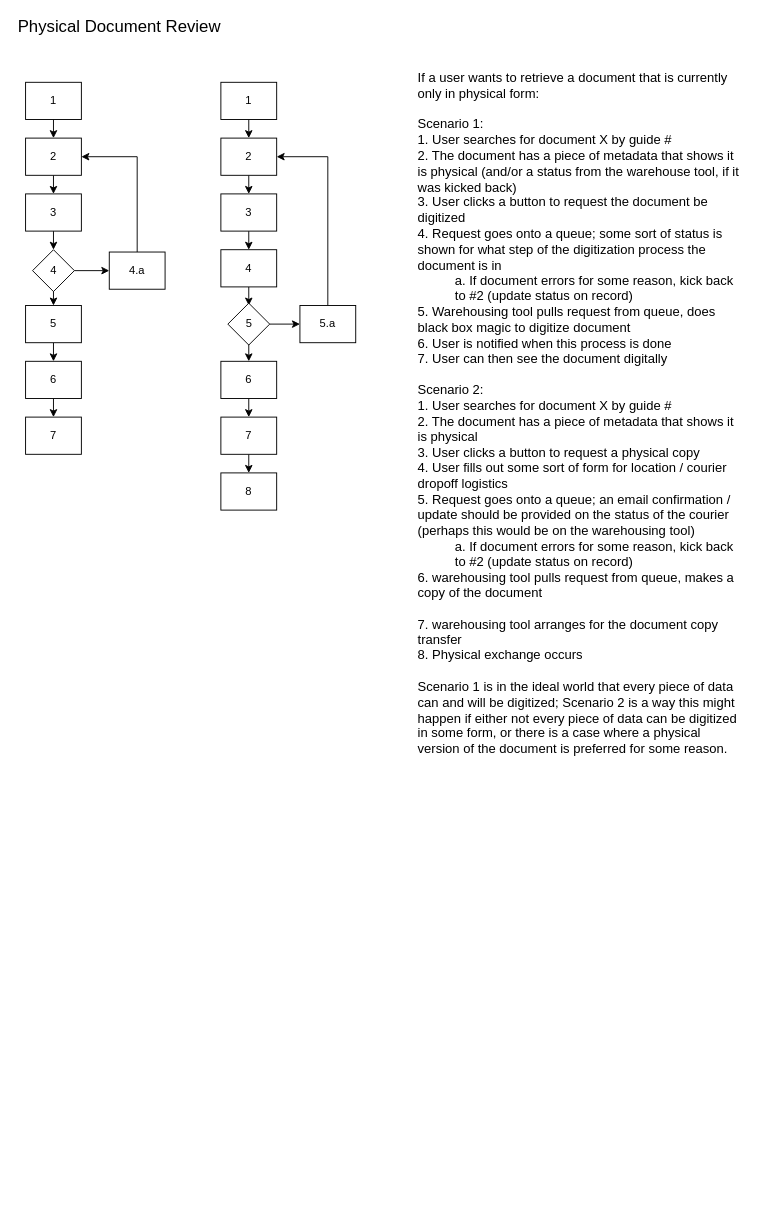
Before: page "Phys. Document Retrieval" (4 of 5) of Drawings/Workflows.drawio in flare891/rmslow, a draw.io diagram. Source tidied: cells renumbered, new cells numbered last; positions are measured from the earlier drawing's top-left corner, leaving out a move shared by most shapes. Both pictures are drawn from the tidied source at 93%, with x=0, y=0 at pixel (16, 17).
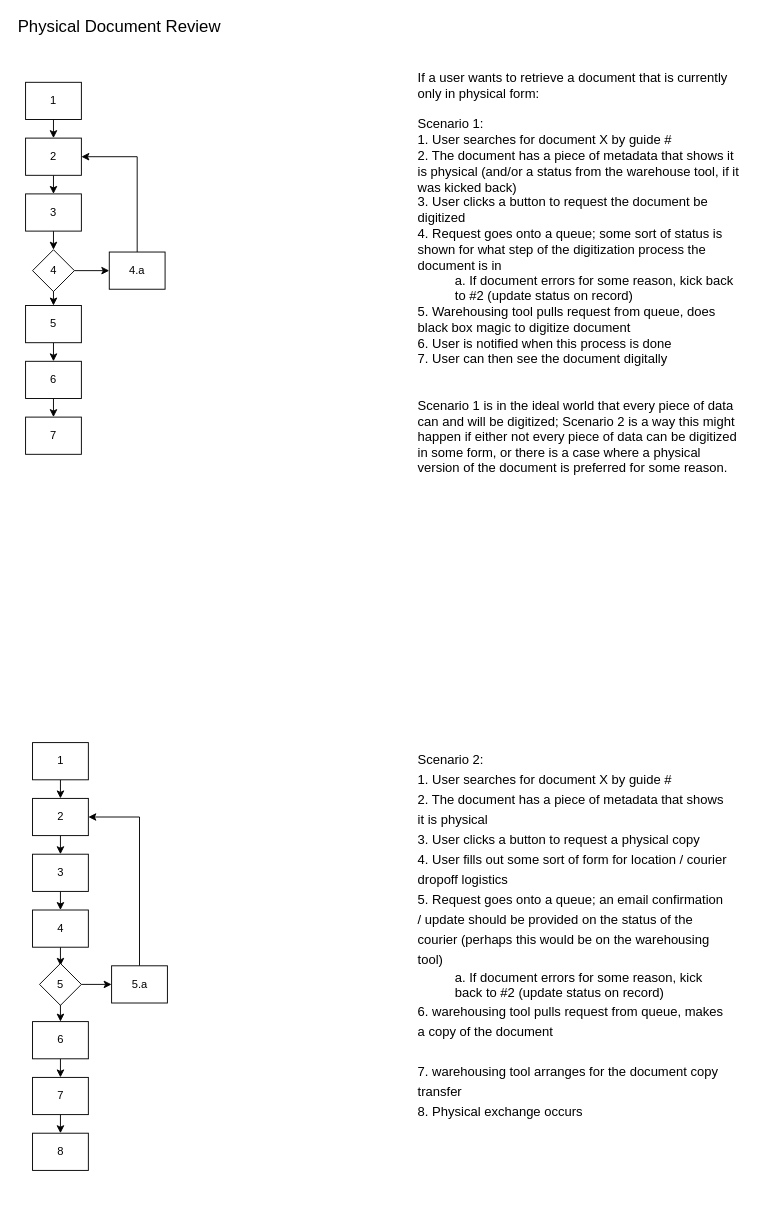
The same diagram, later.

Diff of the diagram source:
```diff
@@
-    <mxCell id="2" value="&lt;font style=&quot;font-size: 14px&quot;&gt;If a user wants to retrieve a document that is currently only in physical form:&lt;br&gt;&lt;br&gt;Scenario 1:&lt;br&gt;1. User searches for document X by guide #&lt;br&gt;2. The document has a piece of metadata that shows it is physical (and/or a status from the warehouse tool, if it was kicked back)&lt;br&gt;3. User clicks a button to request the document be digitized&lt;br&gt;4. Request goes onto a queue; some sort of status is shown for what step of the digitization process the document is in&lt;br&gt;&lt;blockquote style=&quot;margin: 0 0 0 40px ; border: none ; padding: 0px&quot;&gt;&lt;font style=&quot;font-size: 14px&quot;&gt;a. If document errors for some reason, kick back to #2 (update status on record)&lt;/font&gt;&lt;/blockquote&gt;5. Warehousing tool pulls request from queue, does black box magic to digitize document&lt;br&gt;6. User is notified when this process is done&lt;br&gt;7. User can then see the document digitally&lt;br&gt;&lt;br&gt;Scenario 2:&lt;br&gt;1. User searches for document X by guide #&lt;br&gt;2. The document has a piece of metadata that shows it is physical&lt;br&gt;3. User clicks a button to request a physical copy&lt;br&gt;4. User fills out some sort of form for location / courier dropoff logistics&lt;br&gt;5. Request goes onto a queue; an email confirmation / update should be provided on the status of the courier (perhaps this would be on the warehousing tool)&lt;br&gt;&lt;blockquote style=&quot;margin: 0px 0px 0px 40px ; border: none ; padding: 0px&quot;&gt;a. If document errors for some reason, kick back to #2 (update status on record)&lt;/blockquote&gt;6. warehousing tool pulls request from queue, makes a copy of the document&lt;br&gt;&lt;br&gt;7. warehousing tool arranges for the document copy transfer&lt;br&gt;8. Physical exchange occurs&lt;br&gt;&lt;br&gt;Scenario 1 is in the ideal world that every piece of data can and will be digitized; Scenario 2 is a way this might happen if either not every piece of data can be digitized in some form, or there is a case where a physical version of the document is preferred for some reason.&lt;/font&gt;" style="text;whiteSpace=wrap;html=1;fontSize=12;" parent="1" vertex="1">
+    <mxCell id="2" value="&lt;font style=&quot;font-size: 14px&quot;&gt;If a user wants to retrieve a document that is currently only in physical form:&lt;br&gt;&lt;br&gt;Scenario 1:&lt;br&gt;1. User searches for document X by guide #&lt;br&gt;2. The document has a piece of metadata that shows it is physical (and/or a status from the warehouse tool, if it was kicked back)&lt;br&gt;3. User clicks a button to request the document be digitized&lt;br&gt;4. Request goes onto a queue; some sort of status is shown for what step of the digitization process the document is in&lt;br&gt;&lt;blockquote style=&quot;margin: 0 0 0 40px ; border: none ; padding: 0px&quot;&gt;&lt;font style=&quot;font-size: 14px&quot;&gt;a. If document errors for some reason, kick back to #2 (update status on record)&lt;/font&gt;&lt;/blockquote&gt;5. Warehousing tool pulls request from queue, does black box magic to digitize document&lt;br&gt;6. User is notified when this process is done&lt;br&gt;7. User can then see the document digitally&lt;br&gt;&lt;br&gt;&lt;br&gt;Scenario 1 is in the ideal world that every piece of data can and will be digitized; Scenario 2 is a way this might happen if either not every piece of data can be digitized in some form, or there is a case where a physical version of the document is preferred for some reason.&lt;/font&gt;" style="text;whiteSpace=wrap;html=1;fontSize=12;" parent="1" vertex="1">
       <mxGeometry x="430" y="50" width="350" height="740" as="geometry" />
     </mxCell>
@@
     <mxCell id="16" value="1" style="rounded=0;whiteSpace=wrap;html=1;fontSize=12;align=center;" parent="1" vertex="1">
-      <mxGeometry x="220" y="70" width="60" height="40" as="geometry" />
+      <mxGeometry x="17.5" y="780" width="60" height="40" as="geometry" />
     </mxCell>
@@
     <mxCell id="18" value="2" style="rounded=0;whiteSpace=wrap;html=1;fontSize=12;align=center;" parent="1" vertex="1">
-      <mxGeometry x="220" y="130" width="60" height="40" as="geometry" />
+      <mxGeometry x="17.5" y="840" width="60" height="40" as="geometry" />
     </mxCell>
@@
     <mxCell id="20" value="3" style="rounded=0;whiteSpace=wrap;html=1;fontSize=12;align=center;" parent="1" vertex="1">
-      <mxGeometry x="220" y="190" width="60" height="40" as="geometry" />
+      <mxGeometry x="17.5" y="900" width="60" height="40" as="geometry" />
     </mxCell>
     <mxCell id="21" style="edgeStyle=orthogonalEdgeStyle;rounded=0;jettySize=auto;html=1;exitX=0.5;exitY=1;exitDx=0;exitDy=0;entryX=0.5;entryY=0;entryDx=0;entryDy=0;fontSize=12;align=center;" parent="1" edge="1" source="22">
       <mxGeometry relative="1" as="geometry">
-        <mxPoint x="250" y="310" as="targetPoint" />
+        <mxPoint x="47.5" y="1020" as="targetPoint" />
       </mxGeometry>
     </mxCell>
     <mxCell id="22" value="4" style="rounded=0;whiteSpace=wrap;html=1;fontSize=12;align=center;" parent="1" vertex="1">
-      <mxGeometry x="220" y="250" width="60" height="40" as="geometry" />
+      <mxGeometry x="17.5" y="960" width="60" height="40" as="geometry" />
     </mxCell>
     <mxCell id="23" style="edgeStyle=orthogonalEdgeStyle;rounded=0;jettySize=auto;html=1;exitX=0.5;exitY=1;exitDx=0;exitDy=0;entryX=0.5;entryY=0;entryDx=0;entryDy=0;fontSize=12;align=center;" parent="1" edge="1" target="25">
       <mxGeometry relative="1" as="geometry">
-        <mxPoint x="250" y="350" as="sourcePoint" />
+        <mxPoint x="47.5" y="1060" as="sourcePoint" />
       </mxGeometry>
     </mxCell>
@@
     <mxCell id="25" value="6" style="rounded=0;whiteSpace=wrap;html=1;fontSize=12;align=center;" parent="1" vertex="1">
-      <mxGeometry x="220" y="370" width="60" height="40" as="geometry" />
+      <mxGeometry x="17.5" y="1080" width="60" height="40" as="geometry" />
     </mxCell>
@@
     <mxCell id="27" value="7" style="rounded=0;whiteSpace=wrap;html=1;fontSize=12;align=center;" parent="1" vertex="1">
-      <mxGeometry x="220" y="430" width="60" height="40" as="geometry" />
+      <mxGeometry x="17.5" y="1140" width="60" height="40" as="geometry" />
     </mxCell>
     <mxCell id="28" value="8" style="rounded=0;whiteSpace=wrap;html=1;fontSize=12;align=center;" parent="1" vertex="1">
-      <mxGeometry x="220" y="490" width="60" height="40" as="geometry" />
+      <mxGeometry x="17.5" y="1200" width="60" height="40" as="geometry" />
     </mxCell>
@@
     <mxCell id="32" value="5" style="rhombus;whiteSpace=wrap;html=1;fontSize=12;align=center;" parent="1" vertex="1">
-      <mxGeometry x="227.5" y="307.5" width="45" height="45" as="geometry" />
+      <mxGeometry x="25" y="1017.5" width="45" height="45" as="geometry" />
     </mxCell>
@@
     <mxCell id="36" value="5.a" style="rounded=0;whiteSpace=wrap;html=1;fontSize=12;align=center;" parent="1" vertex="1">
-      <mxGeometry x="305" y="310" width="60" height="40" as="geometry" />
+      <mxGeometry x="102.5" y="1020" width="60" height="40" as="geometry" />
     </mxCell>
@@
+    <mxCell id="38" value="&lt;span style=&quot;font-size: 14px;&quot;&gt;Scenario 2:&lt;/span&gt;&lt;br style=&quot;font-size: 14px;&quot;&gt;&lt;span style=&quot;font-size: 14px;&quot;&gt;1. User searches for document X by guide #&lt;/span&gt;&lt;br style=&quot;font-size: 14px;&quot;&gt;&lt;span style=&quot;font-size: 14px;&quot;&gt;2. The document has a piece of metadata that shows it is physical&lt;/span&gt;&lt;br style=&quot;font-size: 14px;&quot;&gt;&lt;span style=&quot;font-size: 14px;&quot;&gt;3. User clicks a button to request a physical copy&lt;/span&gt;&lt;br style=&quot;font-size: 14px;&quot;&gt;&lt;span style=&quot;font-size: 14px;&quot;&gt;4. User fills out some sort of form for location / courier dropoff logistics&lt;/span&gt;&lt;br style=&quot;font-size: 14px;&quot;&gt;&lt;span style=&quot;font-size: 14px;&quot;&gt;5. Request goes onto a queue; an email confirmation / update should be provided on the status of the courier (perhaps this would be on the warehousing tool)&lt;/span&gt;&lt;br style=&quot;font-size: 14px;&quot;&gt;&lt;blockquote style=&quot;font-size: 14px; margin: 0px 0px 0px 40px; border: none; padding: 0px;&quot;&gt;a. If document errors for some reason, kick back to #2 (update status on record)&lt;/blockquote&gt;&lt;span style=&quot;font-size: 14px;&quot;&gt;6. warehousing tool pulls request from queue, makes a copy of the document&lt;/span&gt;&lt;br style=&quot;font-size: 14px;&quot;&gt;&lt;br style=&quot;font-size: 14px;&quot;&gt;&lt;span style=&quot;font-size: 14px;&quot;&gt;7. warehousing tool arranges for the document copy transfer&lt;/span&gt;&lt;br style=&quot;font-size: 14px;&quot;&gt;&lt;span style=&quot;font-size: 14px;&quot;&gt;8. Physical exchange occurs&lt;/span&gt;" style="text;html=1;strokeColor=none;fillColor=none;align=left;verticalAlign=top;whiteSpace=wrap;rounded=0;fontSize=18;" parent="1" vertex="1">
+      <mxGeometry x="430" y="780" width="335" height="500" as="geometry" />
+    </mxCell>
```
